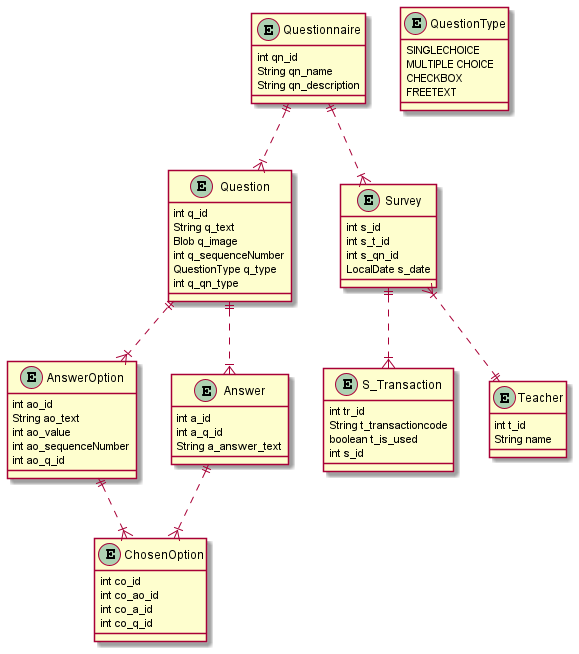
The PlantUML diagram Docs/system-specification-leosurvey/asciidocs/images/erd.png in htl-leonding-project/leo-survey, before a commit.
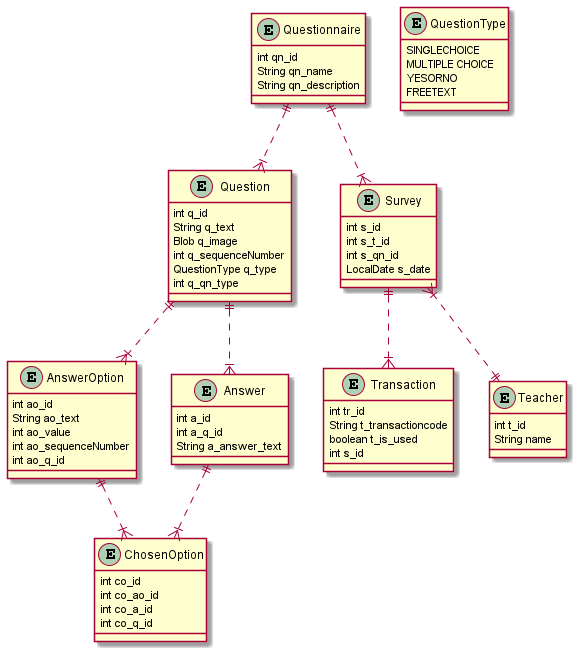
After the change.

The edit, as a diff of the source:
```diff
@@ -30,7 +30,7 @@
     int a_q_id
     String a_answer_text
 }
-entity "S_Transaction" as 6 {
+entity "Transaction" as 6 {
     int tr_id
     String t_transactioncode
     boolean t_is_used
@@ -39,7 +39,7 @@
 entity QuestionType {
     SINGLECHOICE
     MULTIPLE CHOICE
-    CHECKBOX
+    YESORNO
     FREETEXT
 }
 
```
